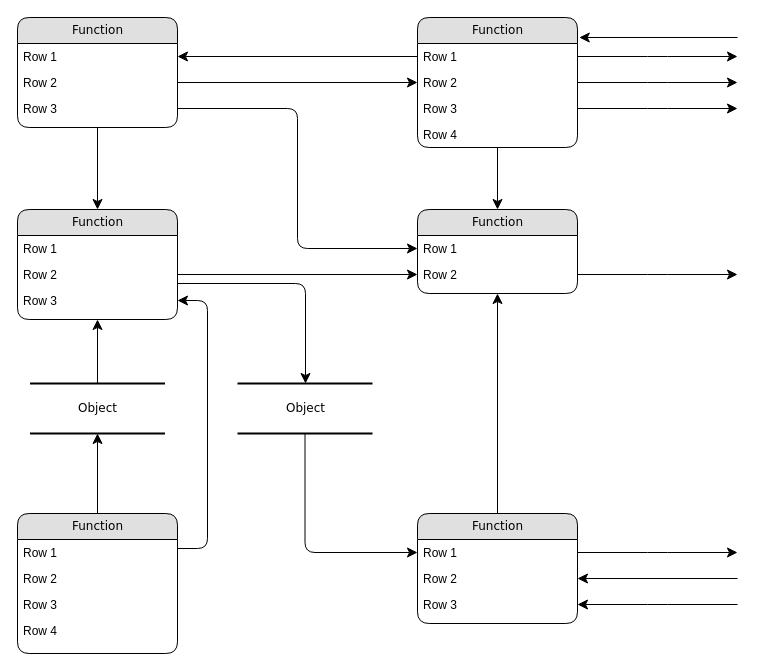
The draw.io diagram flujo.drawio in vazquez96/vazquez96.github.com, before the edit. Source tidied: cells renumbered, new cells numbered last; positions are measured from the earlier drawing's top-left corner, leaving out a move shared by most shapes. Both pictures are drawn from the tidied source at 100%, with x=0, y=0 at pixel (17, 17).
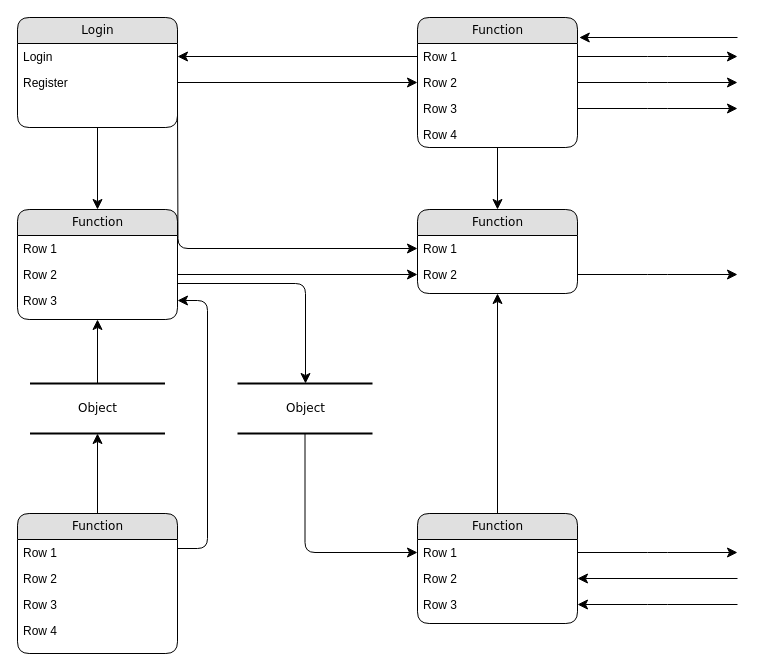
The same diagram, later.

Unchanged cells that the change refers to:
```xml
<mxCell id="22" value="Row 1" style="text;html=1;strokeColor=none;fillColor=none;spacingLeft=4;spacingRight=4;whiteSpace=wrap;overflow=hidden;points=[[0,0.5],[1,0.5]];portConstraint=eastwest;" parent="21" vertex="1">
  <mxGeometry y="26" width="160" height="26" as="geometry" />
</mxCell>
```

The edit, as a diff of the source:
```diff
@@
-    <mxCell id="3" value="Function" style="swimlane;html=1;fontStyle=0;horizontal=1;startSize=26;fillColor=#e0e0e0;swimlaneFillColor=#ffffff;align=center;rounded=1;shadow=0;comic=0;labelBackgroundColor=none;strokeWidth=1;fontFamily=Verdana;fontSize=12;" parent="1" vertex="1">
+    <mxCell id="3" value="Login" style="swimlane;html=1;fontStyle=0;horizontal=1;startSize=26;fillColor=#e0e0e0;swimlaneFillColor=#ffffff;align=center;rounded=1;shadow=0;comic=0;labelBackgroundColor=none;strokeWidth=1;fontFamily=Verdana;fontSize=12;" parent="1" vertex="1">
       <mxGeometry width="160" height="110" as="geometry" />
     </mxCell>
-    <mxCell id="4" value="Row 1" style="text;html=1;strokeColor=none;fillColor=none;spacingLeft=4;spacingRight=4;whiteSpace=wrap;overflow=hidden;points=[[0,0.5],[1,0.5]];portConstraint=eastwest;" parent="3" vertex="1">
+    <mxCell id="4" value="Login" style="text;html=1;strokeColor=none;fillColor=none;spacingLeft=4;spacingRight=4;whiteSpace=wrap;overflow=hidden;points=[[0,0.5],[1,0.5]];portConstraint=eastwest;" parent="3" vertex="1">
       <mxGeometry y="26" width="160" height="26" as="geometry" />
     </mxCell>
-    <mxCell id="5" value="Row 2" style="text;html=1;strokeColor=none;fillColor=none;spacingLeft=4;spacingRight=4;whiteSpace=wrap;overflow=hidden;points=[[0,0.5],[1,0.5]];portConstraint=eastwest;" parent="3" vertex="1">
+    <mxCell id="5" value="Register" style="text;html=1;strokeColor=none;fillColor=none;spacingLeft=4;spacingRight=4;whiteSpace=wrap;overflow=hidden;points=[[0,0.5],[1,0.5]];portConstraint=eastwest;" parent="3" vertex="1">
       <mxGeometry y="52" width="160" height="26" as="geometry" />
     </mxCell>
-    <mxCell id="6" value="Row 3" style="text;html=1;strokeColor=none;fillColor=none;spacingLeft=4;spacingRight=4;whiteSpace=wrap;overflow=hidden;points=[[0,0.5],[1,0.5]];portConstraint=eastwest;" parent="3" vertex="1">
-      <mxGeometry y="78" width="160" height="26" as="geometry" />
-    </mxCell>
@@
-    <mxCell id="39" style="edgeStyle=orthogonalEdgeStyle;html=1;exitX=1;exitY=0.5;entryX=0;entryY=0.5;labelBackgroundColor=none;startFill=0;startSize=8;endFill=1;endSize=8;fontFamily=Verdana;fontSize=12;" parent="1" edge="1" source="6" target="22">
-      <mxGeometry relative="1" as="geometry" />
+    <mxCell id="39" style="edgeStyle=orthogonalEdgeStyle;html=1;exitX=1;exitY=0.5;entryX=0;entryY=0.5;labelBackgroundColor=none;startFill=0;startSize=8;endFill=1;endSize=8;fontFamily=Verdana;fontSize=12;" parent="1" edge="1" target="22">
+      <mxGeometry relative="1" as="geometry">
+        <mxPoint x="160" y="91" as="sourcePoint" />
+      </mxGeometry>
     </mxCell>
```
